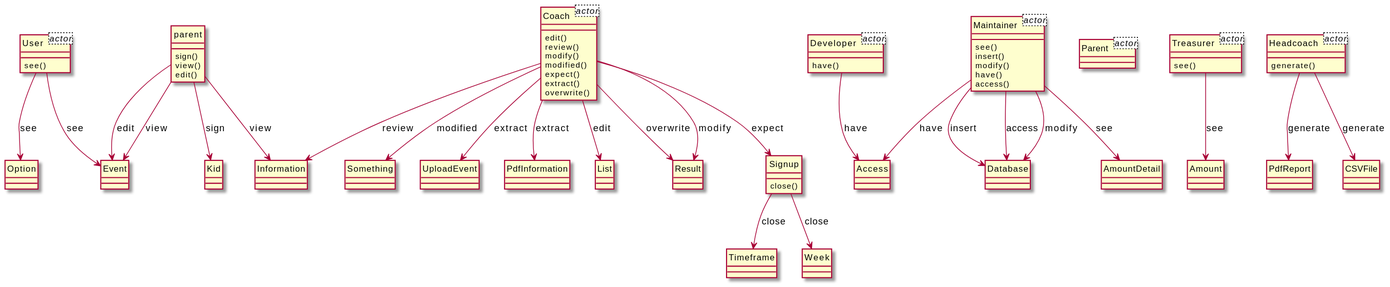
xixixhalu/DomainModelExtractor keeps this PlantUML diagram as output/diagram_5/2017-USC-Project03.svg. Above is the earlier version.
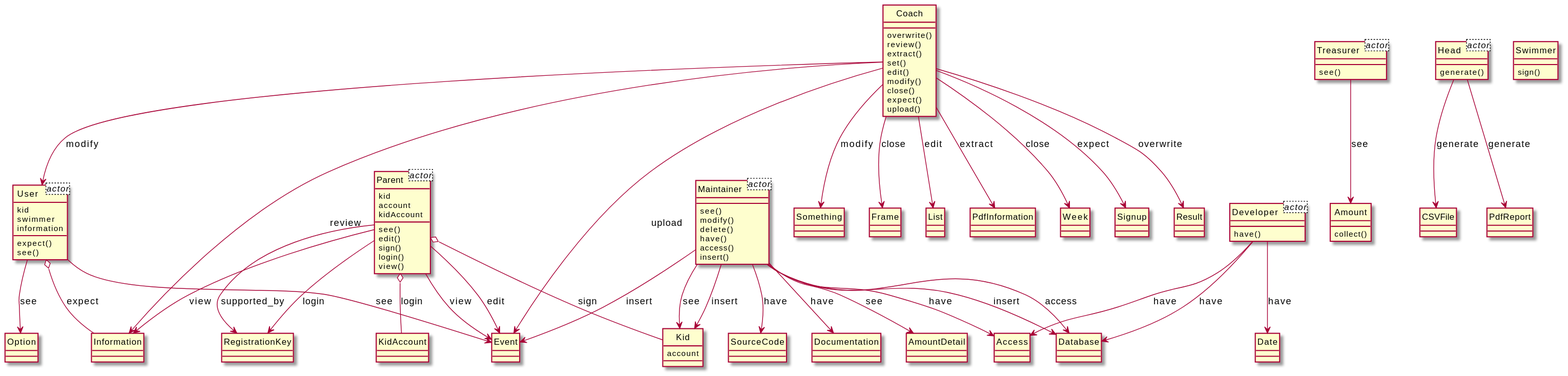
Later version of the same file.

Diff of the diagram source:
```diff
@@ -1,112 +1,144 @@
 @startuml
 hide circle
 class User<actor> {
-}
-class Coach<actor> {
+	kid
+	swimmer
+	information
 }
 class Developer<actor> {
 }
 class Parent<actor> {
+	kid
+	account
+	kidAccount
 }
 class Treasurer<actor> {
 }
 class Maintainer<actor> {
 }
-class Headcoach<actor> {
-}
-class parent {
-	sign()
-	view()
-	edit()
+class Head<actor> {
 }
 class Kid {
+	account
+}
+class Treasurer {
+	see()
+}
+class User {
+	expect()
+	see()
+}
+class Information {
+}
+class Parent {
+	see()
+	edit()
+	sign()
+	login()
+	view()
+}
+class Event {
+}
+class Coach {
+	overwrite()
+	review()
+	extract()
+	set()
+	edit()
+	modify()
+	close()
+	expect()
+	upload()
 }
 class Maintainer {
 	see()
-	insert()
 	modify()
+	delete()
 	have()
 	access()
+	insert()
 }
 class Database {
 }
-class Coach {
-	edit()
-	review()
-	modify()
-	modified()
-	expect()
-	extract()
-	overwrite()
-}
-class PdfInformation {
-}
-class List {
-}
-class Result {
-}
-class Signup {
-	close()
-}
-class Timeframe {
+class Amount {
+	collect()
 }
 class Developer {
 	have()
 }
+class Date {
+}
 class Access {
-}
-class Treasurer {
-	see()
-}
-class Amount {
-}
-class Information {
-}
-class Event {
 }
 class Something {
 }
+class Frame {
+}
+class Swimmer {
+	sign()
+}
+class Head {
+	generate()
+}
+class CSVFile {
+}
+class List {
+}
+class PdfInformation {
+}
 class Week {
 }
-class Headcoach {
-	generate()
+class SourceCode {
+}
+class Documentation {
+}
+class RegistrationKey {
 }
 class PdfReport {
 }
-class User {
-	see()
+class AmountDetail {
+}
+class KidAccount {
+}
+class Signup {
 }
 class Option {
 }
-class UploadEvent {
+class Result {
 }
-class AmountDetail {
-}
-class CSVFile {
-}
-Headcoach --> PdfReport : generate
+Parent --> Event : edit
+Parent --> RegistrationKey : login
+Coach --> Event : upload
+Head --> PdfReport : generate
+Maintainer --> Access : have
+Parent --> RegistrationKey : supported_by
+Head --> CSVFile : generate
+Maintainer --> Database : insert
+Maintainer --> AmountDetail : see
+Developer --> Database : have
+Parent o-- KidAccount : login
+Coach --> Information : review
+Treasurer --> Amount : see
+Developer --> Date : have
+Coach --> Signup : expect
+Coach --> List : edit
+Parent o-- Kid : sign
+Maintainer --> Kid : insert
+Maintainer --> Kid : see
+User --> Option : see
+Coach --> PdfInformation : extract
+Coach --> User : modify
+Parent --> Event : view
+Coach --> Result : overwrite
 Developer --> Access : have
-Treasurer --> Amount : see
-Maintainer --> Database : insert
-Maintainer --> Access : have
-Coach --> Result : overwrite
-Coach --> Information : review
-Coach --> PdfInformation : extract
+Coach --> Week : close
+User --> Event : see
+Maintainer --> SourceCode : have
+Coach --> Something : modify
+User o-- Information : expect
+Parent --> Information : view
+Maintainer --> Documentation : have
+Coach --> Frame : close
+Maintainer --> Event : insert
 Maintainer --> Database : access
-Coach --> List : edit
-Signup --> Timeframe : close
-User --> Event : see
-User --> Option : see
-Coach --> Result : modify
-Coach --> UploadEvent : extract
-parent --> Information : view
-Coach --> Signup : expect
-parent --> Event : view
-parent --> Event : edit
-Maintainer --> AmountDetail : see
-Coach --> Something : modified
-Headcoach --> CSVFile : generate
-Signup --> Week : close
-Maintainer --> Database : modify
-parent --> Kid : sign
 @enduml
```
